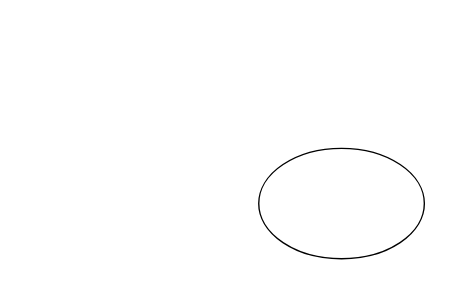
Before: img/未命名绘图.drawio in swingsc2019/blog-img, a draw.io diagram. Source tidied: cells renumbered, new cells numbered last; positions are measured from the earlier drawing's top-left corner, leaving out a move shared by most shapes. Both pictures are drawn from the tidied source at 138%, with x=0, y=0 at pixel (258, 148).
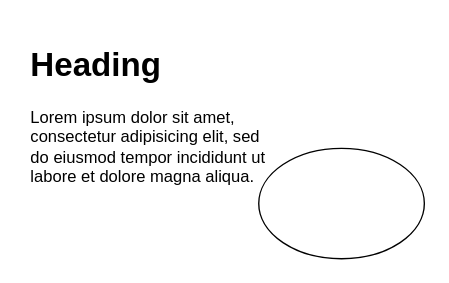
Above is the later version.

What changed in the source:
```diff
@@
 <mxGraphModel>
   <root>
     <mxCell id="0" />
     <mxCell id="1" parent="0" />
     <mxCell id="2" style="ellipse;whiteSpace=wrap;html=1;" parent="1" vertex="1">
       <mxGeometry width="120" height="80" as="geometry" />
     </mxCell>
+    <mxCell id="3" value="&lt;h1&gt;Heading&lt;/h1&gt;&lt;p&gt;Lorem ipsum dolor sit amet, consectetur adipisicing elit, sed do eiusmod tempor incididunt ut labore et dolore magna aliqua.&lt;/p&gt;" style="text;html=1;strokeColor=none;fillColor=none;spacing=5;spacingTop=-20;whiteSpace=wrap;overflow=hidden;rounded=0;" parent="1" vertex="1">
+      <mxGeometry x="-170" y="-80" width="190" height="120" as="geometry" />
+    </mxCell>
   </root>
 </mxGraphModel>
```
